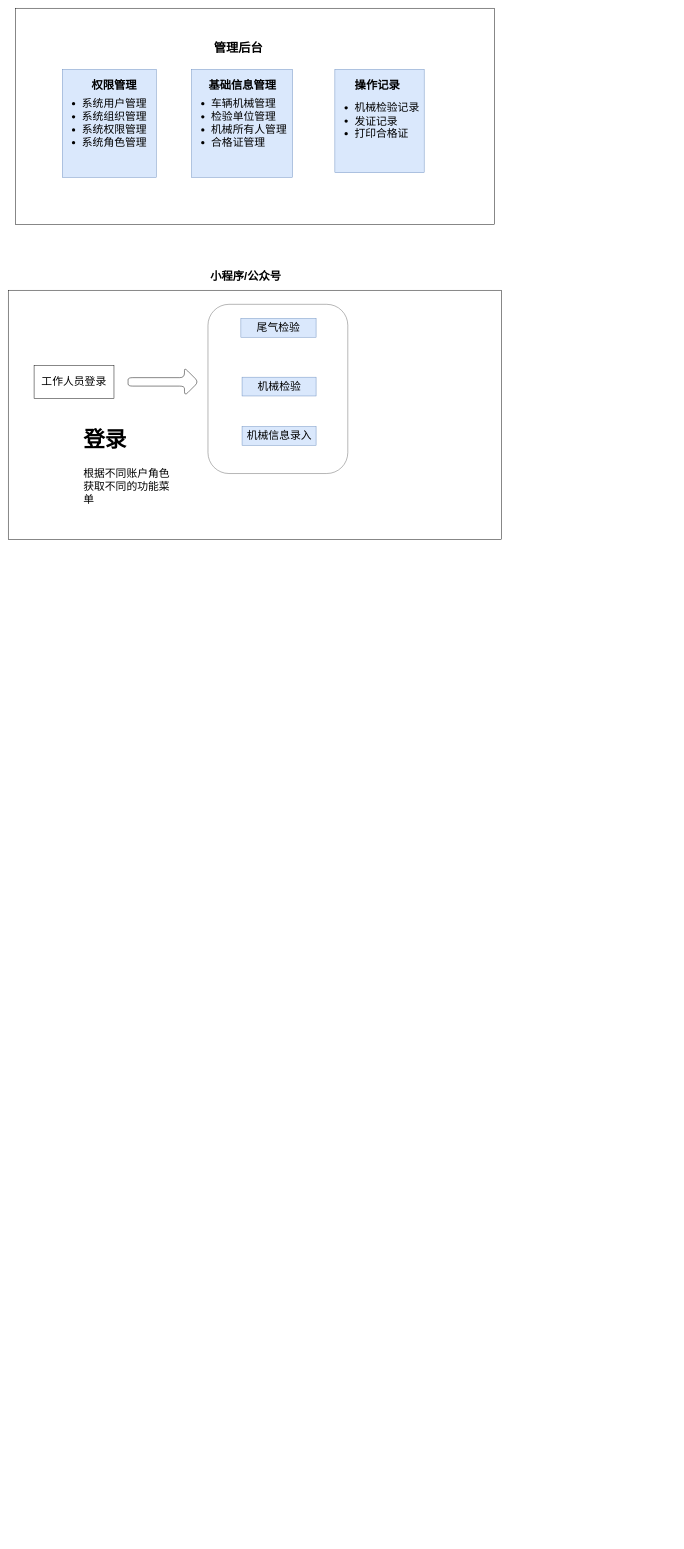
Earlier version of the draw.io diagram 未命名绘图.drawio (HuangBoge/UltimateRecyclerView). Source tidied: cells renumbered, new cells numbered last; positions are measured from the earlier drawing's top-left corner, leaving out a move shared by most shapes. Both pictures are drawn from the tidied source at 47%, with x=0, y=0 at pixel (8, 8).
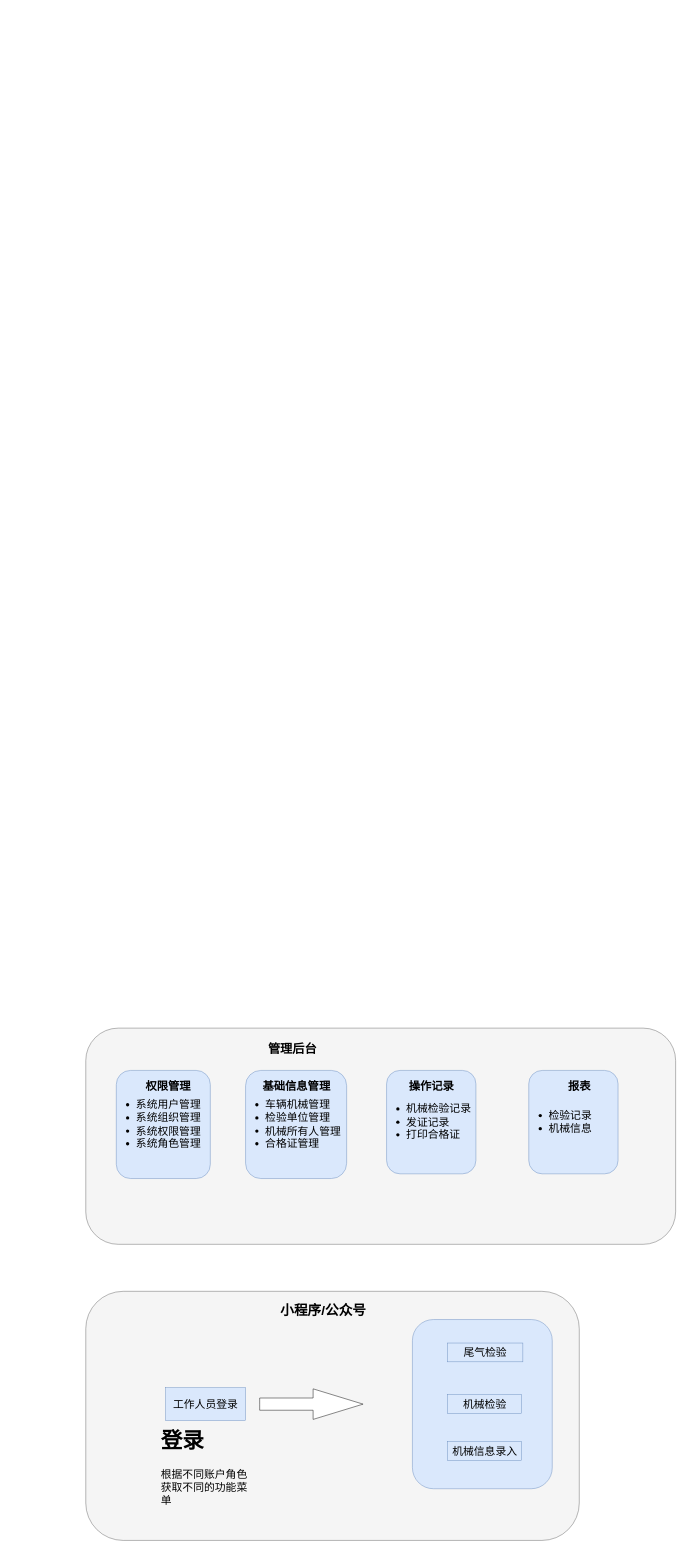
The same diagram, later.

Commit message:
已添加 未命名绘图.drawio

What changed in the source:
```diff
@@
-<mxGraphModel background="#ffffff">
+<mxGraphModel>
@@
-    <mxCell id="2" style="rounded=0;whiteSpace=wrap;html=1;strokeColor=#000000;strokeWidth=1;fillColor=#ffffff;" parent="1" vertex="1">
-      <mxGeometry x="15" width="1020" height="460" as="geometry" />
-    </mxCell>
+    <mxCell id="21" style="rounded=1;whiteSpace=wrap;html=1;strokeWidth=1;labelBackgroundColor=none;fillColor=#f5f5f5;strokeColor=#666666;fontColor=#333333;" parent="1" vertex="1">
+      <mxGeometry x="165" y="2730" width="1050" height="530" as="geometry" />
+    </mxCell>
+    <mxCell id="22" style="rounded=1;whiteSpace=wrap;html=1;strokeWidth=1;fontSize=23;strokeColor=#6c8ebf;fillColor=#dae8fc;" parent="1" vertex="1">
+      <mxGeometry x="860" y="2790" width="297.5" height="360" as="geometry" />
+    </mxCell>
+    <mxCell id="23" style="rounded=1;whiteSpace=wrap;html=1;strokeColor=#666666;strokeWidth=1;fillColor=#f5f5f5;fontColor=#333333;" parent="1" vertex="1">
+      <mxGeometry x="165" y="2170" width="1255" height="460" as="geometry" />
+    </mxCell>
     <mxCell id="3" value="&lt;font style=&quot;font-size: 26px&quot;&gt;&lt;b&gt;管理后台&lt;/b&gt;&lt;/font&gt;" style="text;html=1;strokeColor=none;fillColor=none;align=center;verticalAlign=middle;whiteSpace=wrap;rounded=0;" parent="1" vertex="1">
-      <mxGeometry x="345" y="75" width="290" height="20" as="geometry" />
+      <mxGeometry x="460" y="2205" width="290" height="20" as="geometry" />
     </mxCell>
-    <mxCell id="4" value="&lt;ul style=&quot;font-size: 23px&quot;&gt;&lt;li&gt;系统用户管理&lt;/li&gt;&lt;li&gt;系统组织管理&lt;/li&gt;&lt;li&gt;系统权限管理&lt;/li&gt;&lt;li&gt;系统角色管理&lt;/li&gt;&lt;/ul&gt;" style="text;html=1;whiteSpace=wrap;verticalAlign=middle;overflow=hidden;strokeWidth=1;fillColor=#dae8fc;strokeColor=#6c8ebf;" parent="1" vertex="1">
-      <mxGeometry x="115" y="130" width="200" height="230" as="geometry" />
+    <mxCell id="4" value="&lt;ul style=&quot;font-size: 23px&quot;&gt;&lt;li&gt;系统用户管理&lt;/li&gt;&lt;li&gt;系统组织管理&lt;/li&gt;&lt;li&gt;系统权限管理&lt;/li&gt;&lt;li&gt;系统角色管理&lt;/li&gt;&lt;/ul&gt;" style="text;html=1;whiteSpace=wrap;verticalAlign=middle;overflow=hidden;strokeWidth=1;fillColor=#dae8fc;strokeColor=#6c8ebf;rounded=1;" parent="1" vertex="1">
+      <mxGeometry x="230" y="2260" width="200" height="230" as="geometry" />
     </mxCell>
-    <mxCell id="5" value="&lt;ul style=&quot;font-size: 23px&quot;&gt;&lt;li&gt;车辆机械管理&lt;/li&gt;&lt;li&gt;检验单位管理&lt;/li&gt;&lt;li&gt;机械所有人管理&lt;/li&gt;&lt;li&gt;合格证管理&lt;/li&gt;&lt;/ul&gt;" style="text;fillColor=#dae8fc;html=1;whiteSpace=wrap;verticalAlign=middle;overflow=hidden;strokeColor=#6c8ebf;" parent="1" vertex="1">
-      <mxGeometry x="390" y="130" width="215" height="230" as="geometry" />
+    <mxCell id="5" value="&lt;ul style=&quot;font-size: 23px&quot;&gt;&lt;li&gt;车辆机械管理&lt;/li&gt;&lt;li&gt;检验单位管理&lt;/li&gt;&lt;li&gt;机械所有人管理&lt;/li&gt;&lt;li&gt;合格证管理&lt;/li&gt;&lt;/ul&gt;" style="text;fillColor=#dae8fc;html=1;whiteSpace=wrap;verticalAlign=middle;overflow=hidden;strokeColor=#6c8ebf;rounded=1;" parent="1" vertex="1">
+      <mxGeometry x="505" y="2260" width="215" height="230" as="geometry" />
     </mxCell>
@@
     <mxCell id="7" value="权限管理" style="text;strokeColor=none;fillColor=none;html=1;fontSize=24;fontStyle=1;verticalAlign=middle;align=center;" parent="1" vertex="1">
-      <mxGeometry x="175" y="145" width="100" height="40" as="geometry" />
+      <mxGeometry x="290" y="2275" width="100" height="40" as="geometry" />
     </mxCell>
     <mxCell id="8" value="基础信息管理" style="text;strokeColor=none;fillColor=none;html=1;fontSize=24;fontStyle=1;verticalAlign=middle;align=center;" parent="1" vertex="1">
-      <mxGeometry x="447.5" y="145" width="100" height="40" as="geometry" />
+      <mxGeometry x="562.5" y="2275" width="100" height="40" as="geometry" />
     </mxCell>
-    <mxCell id="9" value="&lt;ul style=&quot;font-size: 23px&quot;&gt;&lt;li&gt;机械检验记录&lt;/li&gt;&lt;li&gt;发证记录&lt;/li&gt;&lt;li&gt;打印合格证&lt;/li&gt;&lt;/ul&gt;" style="text;fillColor=#dae8fc;html=1;whiteSpace=wrap;verticalAlign=middle;overflow=hidden;strokeColor=#6c8ebf;" parent="1" vertex="1">
-      <mxGeometry x="695" y="130" width="190" height="220" as="geometry" />
-    </mxCell>
-    <mxCell id="10" value="&lt;font&gt;操作记录&lt;/font&gt;" style="text;html=1;fontSize=24;fontStyle=1;verticalAlign=middle;align=center;" parent="1" vertex="1">
-      <mxGeometry x="735" y="145" width="100" height="40" as="geometry" />
-    </mxCell>
+    <mxCell id="24" value="&lt;ul style=&quot;font-size: 23px&quot;&gt;&lt;li&gt;检验记录&lt;/li&gt;&lt;li&gt;机械信息&lt;/li&gt;&lt;/ul&gt;" style="text;fillColor=#dae8fc;html=1;whiteSpace=wrap;verticalAlign=middle;overflow=hidden;strokeColor=#6c8ebf;rounded=1;" parent="1" vertex="1">
+      <mxGeometry x="1107.5" y="2260" width="190" height="220" as="geometry" />
+    </mxCell>
@@
-    <mxCell id="12" style="rounded=0;whiteSpace=wrap;html=1;strokeWidth=1;" parent="1" vertex="1">
-      <mxGeometry y="600" width="1050" height="530" as="geometry" />
-    </mxCell>
-    <mxCell id="13" value="小程序/公众号" style="text;strokeColor=none;fillColor=none;html=1;fontSize=24;fontStyle=1;verticalAlign=middle;align=center;rounded=1;" parent="1" vertex="1">
-      <mxGeometry x="455" y="550" width="100" height="40" as="geometry" />
+    <mxCell id="13" value="小程序/公众号" style="text;strokeColor=none;fillColor=none;html=1;fontSize=29;fontStyle=1;verticalAlign=middle;align=center;rounded=1;" parent="1" vertex="1">
+      <mxGeometry x="620" y="2750" width="100" height="40" as="geometry" />
     </mxCell>
     <mxCell id="14" value="尾气检验" style="text;html=1;fillColor=#dae8fc;align=center;verticalAlign=middle;whiteSpace=wrap;rounded=0;fontSize=23;strokeColor=#6c8ebf;" parent="1" vertex="1">
-      <mxGeometry x="495" y="660" width="160" height="40" as="geometry" />
+      <mxGeometry x="935" y="2840" width="160" height="40" as="geometry" />
     </mxCell>
     <mxCell id="15" value="机械检验" style="text;html=1;fillColor=#dae8fc;align=center;verticalAlign=middle;whiteSpace=wrap;rounded=0;fontSize=23;strokeColor=#6c8ebf;" parent="1" vertex="1">
-      <mxGeometry x="497.5" y="785" width="157.5" height="40" as="geometry" />
+      <mxGeometry x="935" y="2950" width="157.5" height="40" as="geometry" />
     </mxCell>
     <mxCell id="16" value="机械信息录入" style="text;html=1;fillColor=#dae8fc;align=center;verticalAlign=middle;whiteSpace=wrap;rounded=0;fontSize=23;strokeColor=#6c8ebf;" parent="1" vertex="1">
-      <mxGeometry x="497.5" y="890" width="157.5" height="40" as="geometry" />
+      <mxGeometry x="935" y="3050" width="157.5" height="40" as="geometry" />
     </mxCell>
-    <mxCell id="17" value="工作人员登录" style="text;html=1;fillColor=none;align=center;verticalAlign=middle;whiteSpace=wrap;rounded=0;fontSize=23;fontColor=#000000;strokeColor=#000000;" parent="1" vertex="1">
-      <mxGeometry x="55" y="760" width="170" height="70" as="geometry" />
+    <mxCell id="17" value="工作人员登录" style="text;html=1;fillColor=#dae8fc;align=center;verticalAlign=middle;whiteSpace=wrap;rounded=0;fontSize=23;strokeColor=#6c8ebf;" parent="1" vertex="1">
+      <mxGeometry x="335" y="2935" width="170" height="70" as="geometry" />
     </mxCell>
-    <mxCell id="18" style="rounded=1;whiteSpace=wrap;html=1;strokeWidth=1;fontSize=23;strokeColor=#666666;fontColor=#333333;fillColor=none;" parent="1" vertex="1">
-      <mxGeometry x="425" y="630" width="297.5" height="360" as="geometry" />
-    </mxCell>
     <mxCell id="19" value="&lt;h1&gt;登录&lt;/h1&gt;&lt;p&gt;根据不同账户角色获取不同的功能菜单&lt;/p&gt;" style="text;html=1;strokeColor=none;fillColor=none;spacing=5;spacingTop=-20;whiteSpace=wrap;overflow=hidden;rounded=0;fontSize=23;fontColor=#000000;" parent="1" vertex="1">
-      <mxGeometry x="155" y="870" width="200" height="200" as="geometry" />
+      <mxGeometry x="320" y="3000" width="200" height="200" as="geometry" />
     </mxCell>
-    <mxCell id="20" style="shape=singleArrow;whiteSpace=wrap;html=1;rounded=1;strokeColor=#000000;strokeWidth=1;fillColor=none;fontSize=23;fontColor=#000000;" parent="1" vertex="1">
-      <mxGeometry x="255" y="765" width="150" height="60" as="geometry" />
-    </mxCell>
+    <mxCell id="25" style="html=1;shadow=0;dashed=0;align=center;verticalAlign=middle;shape=mxgraph.arrows2.arrow;dy=0.6;dx=106.29;notch=0;" parent="1" vertex="1">
+      <mxGeometry x="535" y="2937.5" width="220" height="65" as="geometry" />
+    </mxCell>
+    <mxCell id="26" style="edgeStyle=orthogonalEdgeStyle;rounded=0;orthogonalLoop=1;jettySize=auto;html=1;exitX=0.75;exitY=1;exitDx=0;exitDy=0;entryX=0.5;entryY=1;entryDx=0;entryDy=0;fontSize=29;" parent="1" edge="1" source="10" target="10">
+      <mxGeometry relative="1" as="geometry" />
+    </mxCell>
+    <mxCell id="9" value="&lt;ul style=&quot;font-size: 23px&quot;&gt;&lt;li&gt;机械检验记录&lt;/li&gt;&lt;li&gt;发证记录&lt;/li&gt;&lt;li&gt;打印合格证&lt;/li&gt;&lt;/ul&gt;" style="text;fillColor=#dae8fc;html=1;whiteSpace=wrap;verticalAlign=middle;overflow=hidden;strokeColor=#6c8ebf;rounded=1;" parent="1" vertex="1">
+      <mxGeometry x="805" y="2260" width="190" height="220" as="geometry" />
+    </mxCell>
+    <mxCell id="10" value="&lt;font&gt;操作记录&lt;/font&gt;" style="text;html=1;fontSize=24;fontStyle=1;verticalAlign=middle;align=center;" parent="1" vertex="1">
+      <mxGeometry x="850" y="2275" width="100" height="40" as="geometry" />
+    </mxCell>
+    <mxCell id="27" value="&lt;font&gt;报表&lt;/font&gt;" style="text;html=1;fontSize=24;fontStyle=1;verticalAlign=middle;align=center;" parent="1" vertex="1">
+      <mxGeometry x="1165" y="2275" width="100" height="40" as="geometry" />
+    </mxCell>
```
